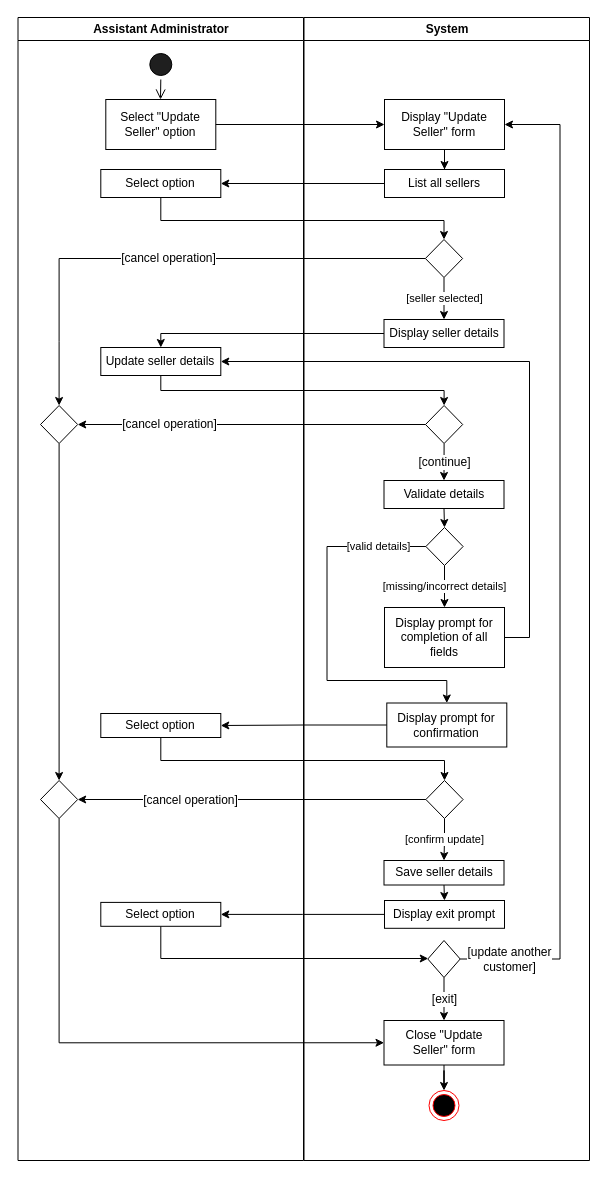
Above: 2 Update Seller.drawio in aliceypuff/5607_UML-diagrams (draw.io), before the change. Source tidied: cells renumbered, new cells numbered last; positions are measured from the earlier drawing's top-left corner, leaving out a move shared by most shapes. Both pictures are drawn from the tidied source at 100%, with x=0, y=0 at pixel (17, 17).
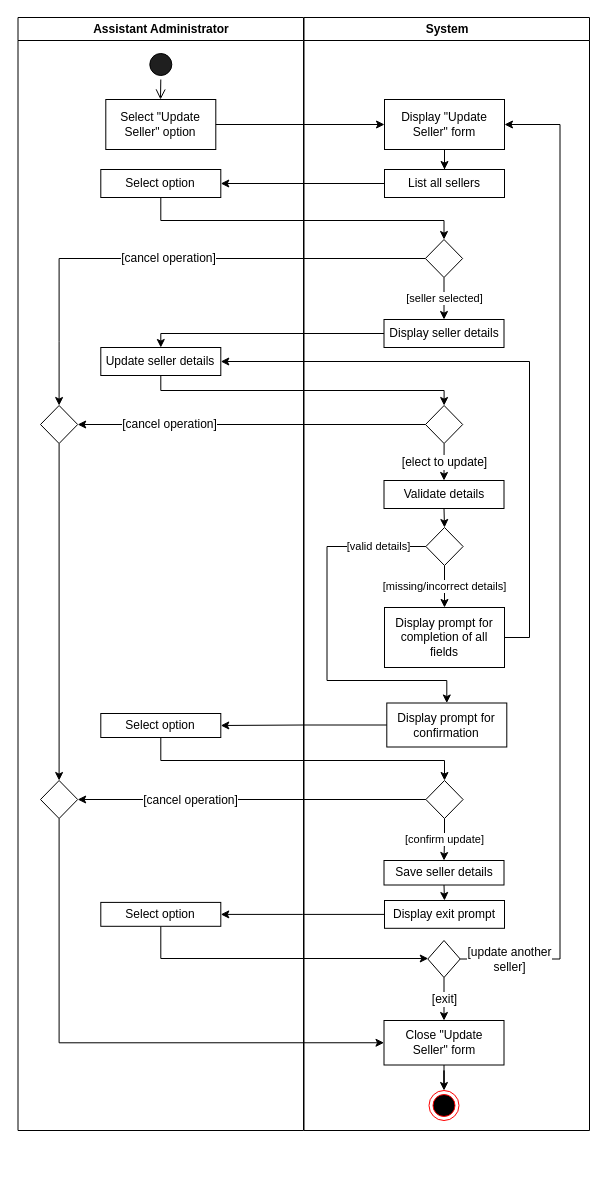
The same diagram, later.

The change refers to these unchanged cells:
```xml
<mxCell id="14" value="Display &quot;Update Seller&quot; form" style="whiteSpace=wrap;html=1;rounded=0;" parent="12" vertex="1">
  <mxGeometry x="80.5" y="82" width="120" height="50" as="geometry" />
</mxCell>
<mxCell id="20" style="rhombus;whiteSpace=wrap;html=1;rounded=0;" parent="12" vertex="1">
  <mxGeometry x="121.5" y="388" width="37.2" height="38" as="geometry" />
</mxCell>
<mxCell id="22" value="Validate details" style="whiteSpace=wrap;html=1;rounded=0;" parent="12" vertex="1">
  <mxGeometry x="80" y="463" width="120" height="28" as="geometry" />
</mxCell>
<mxCell id="28" style="rhombus;whiteSpace=wrap;html=1;rounded=0;" parent="12" vertex="1">
  <mxGeometry x="123.8" y="923" width="32.4" height="37" as="geometry" />
</mxCell>
```

Diff of the diagram source:
```diff
@@
     <mxCell id="2" value="Assistant Administrator" style="swimlane;whiteSpace=wrap;rounded=0;" parent="1" vertex="1">
-      <mxGeometry x="0.5" width="285.5" height="1143" as="geometry" />
+      <mxGeometry x="0.5" width="285.5" height="1113" as="geometry" />
     </mxCell>
@@
     <mxCell id="12" value="System" style="swimlane;whiteSpace=wrap;rounded=0;" parent="1" vertex="1">
-      <mxGeometry x="286.5" width="285.5" height="1143" as="geometry" />
+      <mxGeometry x="286.5" width="285.5" height="1113" as="geometry" />
     </mxCell>
@@
-    <mxCell id="19" value="[continue]" style="edgeStyle=orthogonalEdgeStyle;rounded=0;jettySize=auto;html=1;exitX=0.5;exitY=1;exitDx=0;exitDy=0;entryX=0.5;entryY=0;entryDx=0;entryDy=0;fontFamily=Helvetica;fontSize=12;fontColor=default;" parent="12" edge="1" source="20" target="22">
+    <mxCell id="19" value="[elect to update]" style="edgeStyle=orthogonalEdgeStyle;rounded=0;jettySize=auto;html=1;exitX=0.5;exitY=1;exitDx=0;exitDy=0;entryX=0.5;entryY=0;entryDx=0;entryDy=0;fontFamily=Helvetica;fontSize=12;fontColor=default;" parent="12" edge="1" source="20" target="22">
       <mxGeometry relative="1" as="geometry" />
     </mxCell>
@@
-    <mxCell id="41" value="[update another &lt;br&gt;customer]" style="edgeStyle=orthogonalEdgeStyle;rounded=0;jettySize=auto;html=1;exitX=1;exitY=0.5;exitDx=0;exitDy=0;fontFamily=Helvetica;fontSize=12;fontColor=default;entryX=1;entryY=0.5;entryDx=0;entryDy=0;" parent="12" edge="1" source="28" target="14">
+    <mxCell id="41" value="[update another &lt;br&gt;seller]" style="edgeStyle=orthogonalEdgeStyle;rounded=0;jettySize=auto;html=1;exitX=1;exitY=0.5;exitDx=0;exitDy=0;fontFamily=Helvetica;fontSize=12;fontColor=default;entryX=1;entryY=0.5;entryDx=0;entryDy=0;" parent="12" edge="1" source="28" target="14">
       <mxGeometry x="-0.9" relative="1" as="geometry">
         <Array as="points">
           <mxPoint x="256" y="942" />
           <mxPoint x="256" y="107" />
         </Array>
       </mxGeometry>
     </mxCell>
```
